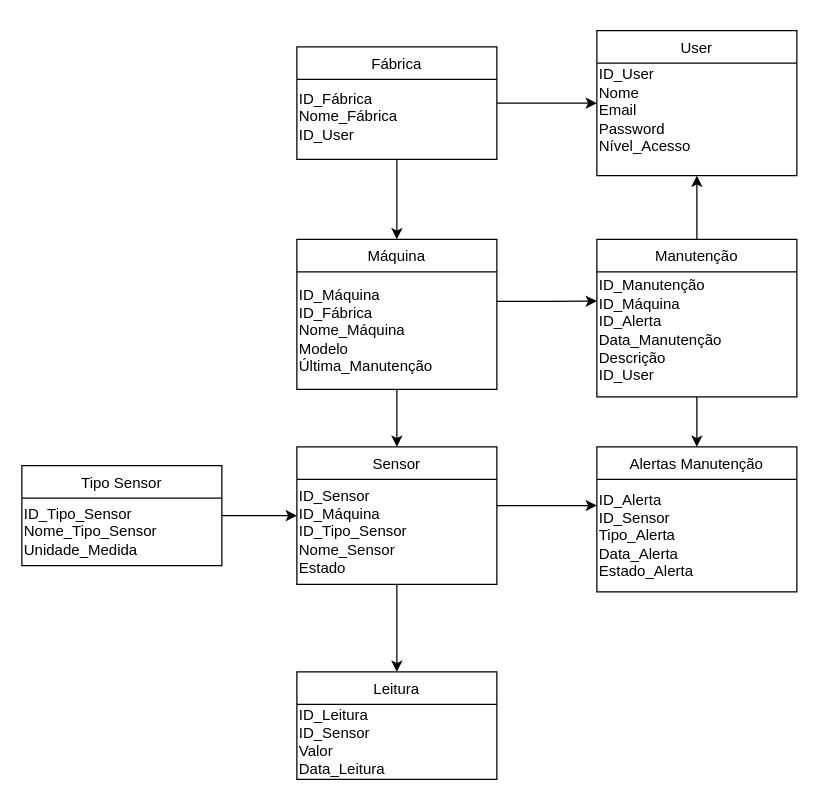
Fiteira/ipv-SIDM-project keeps this draw.io diagram as bd_sidm.drawio. Above is the earlier version. Source tidied: cells renumbered, new cells numbered last; positions are measured from the earlier drawing's top-left corner, leaving out a move shared by most shapes. Both pictures are drawn from the tidied source at 125%, with x=0, y=0 at pixel (21, 30).
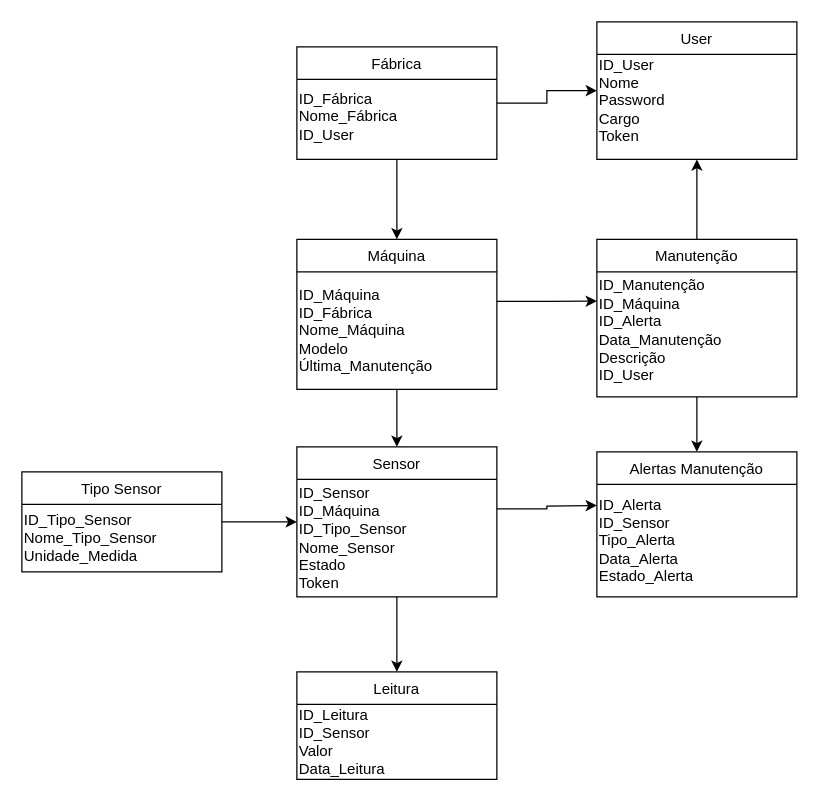
The same diagram, later.

Change to the diagram source:
```diff
@@
     <mxCell id="11" value="Sensor" style="swimlane;fontStyle=0;align=center;verticalAlign=top;horizontal=1;startSize=26;rounded=0;shadow=0;strokeWidth=1;" parent="1" vertex="1">
-      <mxGeometry x="220" y="333" width="160" height="110" as="geometry" />
+      <mxGeometry x="220" y="333" width="160" height="120" as="geometry" />
     </mxCell>
@@
-    <mxCell id="13" value="ID_Sensor&lt;br&gt;ID_Máquina&lt;br&gt;ID_Tipo_Sensor&lt;br&gt;Nome_Sensor&lt;br&gt;Estado" style="text;html=1;align=left;verticalAlign=middle;whiteSpace=wrap;rounded=0;" parent="11" vertex="1">
-      <mxGeometry y="26" width="160" height="84" as="geometry" />
+    <mxCell id="13" value="ID_Sensor&lt;br&gt;ID_Máquina&lt;br&gt;ID_Tipo_Sensor&lt;br&gt;Nome_Sensor&lt;br&gt;&lt;div&gt;Estado&lt;/div&gt;&lt;div&gt;Token&lt;/div&gt;" style="text;html=1;align=left;verticalAlign=middle;whiteSpace=wrap;rounded=0;" parent="11" vertex="1">
+      <mxGeometry y="26" width="160" height="94" as="geometry" />
     </mxCell>
     <mxCell id="14" value="User" style="swimlane;fontStyle=0;align=center;verticalAlign=top;horizontal=1;startSize=26;rounded=0;shadow=0;strokeWidth=1;" parent="1" vertex="1">
-      <mxGeometry x="460" width="160" height="116" as="geometry" />
+      <mxGeometry x="460" y="-7" width="160" height="110" as="geometry" />
     </mxCell>
-    <mxCell id="15" value="&lt;div align=&quot;left&quot;&gt;ID_User&lt;/div&gt;&lt;div align=&quot;left&quot;&gt;Nome&lt;/div&gt;&lt;div align=&quot;left&quot;&gt;Email&lt;/div&gt;&lt;div align=&quot;left&quot;&gt;Password&lt;/div&gt;&lt;div align=&quot;left&quot;&gt;Nível_Acesso&lt;/div&gt;&lt;div align=&quot;left&quot;&gt;&lt;br&gt;&lt;/div&gt;" style="text;html=1;align=left;verticalAlign=middle;whiteSpace=wrap;rounded=0;" parent="14" vertex="1">
-      <mxGeometry y="26" width="160" height="90" as="geometry" />
+    <mxCell id="15" value="&lt;div align=&quot;left&quot;&gt;ID_User&lt;/div&gt;&lt;div align=&quot;left&quot;&gt;Nome&lt;/div&gt;&lt;div align=&quot;left&quot;&gt;Password&lt;/div&gt;&lt;div align=&quot;left&quot;&gt;Cargo&lt;/div&gt;&lt;div&gt;Token&lt;/div&gt;" style="text;html=1;align=left;verticalAlign=middle;whiteSpace=wrap;rounded=0;" parent="14" vertex="1">
+      <mxGeometry y="26" width="160" height="74" as="geometry" />
     </mxCell>
@@
     <mxCell id="18" value="Alertas Manutenção" style="swimlane;fontStyle=0;align=center;verticalAlign=top;horizontal=1;startSize=26;rounded=0;shadow=0;strokeWidth=1;" parent="1" vertex="1">
-      <mxGeometry x="460" y="333" width="160" height="116" as="geometry" />
+      <mxGeometry x="460" y="337" width="160" height="116" as="geometry" />
     </mxCell>
@@
     <mxCell id="25" value="Tipo Sensor" style="swimlane;fontStyle=0;align=center;verticalAlign=top;horizontal=1;startSize=26;rounded=0;shadow=0;strokeWidth=1;" parent="1" vertex="1">
-      <mxGeometry y="348" width="160" height="80" as="geometry" />
+      <mxGeometry y="353" width="160" height="80" as="geometry" />
     </mxCell>
```
